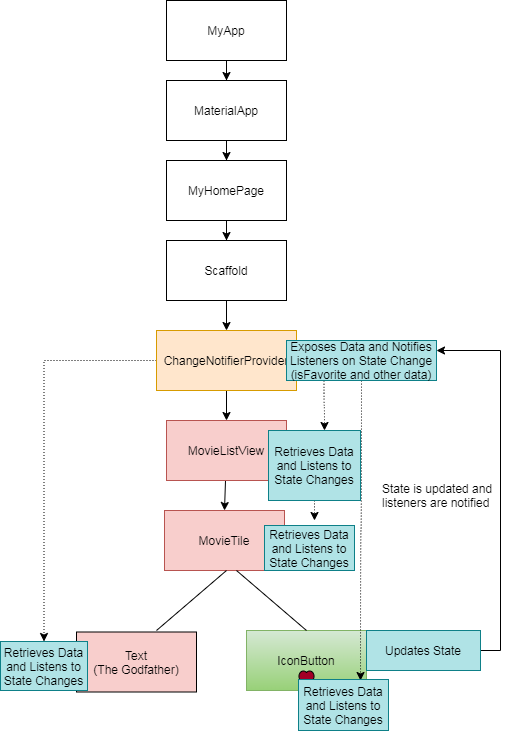
Above: flutter/stmang16.png in walkingtree/images (draw.io), before the change. Source tidied: cells renumbered, new cells last; positions are measured from the earlier drawing's top-left corner, leaving out a move shared by most shapes. Its diagram source:
```xml
<mxGraphModel>
  <root>
    <mxCell id="0" />
    <mxCell id="1" parent="0" />
    <mxCell id="2" style="edgeStyle=none;rounded=0;jettySize=auto;html=1;entryX=0.5;entryY=0;entryDx=0;entryDy=0;strokeWidth=1;" parent="1" edge="1" source="3" target="7">
      <mxGeometry relative="1" as="geometry" />
    </mxCell>
    <mxCell id="3" value="MovieListView" style="whiteSpace=wrap;html=1;sketch=0;comic=0;backgroundOutline=0;labelBackgroundColor=none;labelBorderColor=none;fillColor=#f8cecc;strokeColor=#b85450;" parent="1" vertex="1">
      <mxGeometry x="166" y="420" width="120" height="60" as="geometry" />
    </mxCell>
    <mxCell id="4" value="Text&lt;br&gt;(The Godfather)" style="whiteSpace=wrap;html=1;fillColor=#f8cecc;sketch=0;comic=0;backgroundOutline=0;labelBackgroundColor=none;labelBorderColor=none;" parent="1" vertex="1">
      <mxGeometry x="76" y="631.5" width="120" height="60" as="geometry" />
    </mxCell>
    <mxCell id="5" value="IconButton&lt;br&gt;" style="whiteSpace=wrap;html=1;fillColor=#d5e8d4;sketch=0;comic=0;backgroundOutline=0;labelBackgroundColor=none;labelBorderColor=none;strokeColor=#82b366;gradientColor=#97d077;" parent="1" vertex="1">
      <mxGeometry x="246" y="630" width="120" height="60" as="geometry" />
    </mxCell>
    <mxCell id="6" style="edgeStyle=orthogonalEdgeStyle;curved=1;rounded=0;jettySize=auto;html=1;exitX=0.5;exitY=0;exitDx=0;exitDy=0;dashed=1;dashPattern=1 2;strokeWidth=1;" parent="1" edge="1" source="7">
      <mxGeometry relative="1" as="geometry">
        <mxPoint x="224" y="510" as="targetPoint" />
      </mxGeometry>
    </mxCell>
    <mxCell id="7" value="MovieTile" style="whiteSpace=wrap;html=1;fillColor=#f8cecc;sketch=0;comic=0;backgroundOutline=0;labelBackgroundColor=none;labelBorderColor=none;strokeColor=#b85450;" parent="1" vertex="1">
      <mxGeometry x="164" y="510" width="120" height="60" as="geometry" />
    </mxCell>
    <mxCell id="8" style="endArrow=none;html=1;sketch=0;comic=0;backgroundOutline=0;labelBackgroundColor=none;labelBorderColor=none;" parent="1" edge="1">
      <mxGeometry relative="1" as="geometry">
        <mxPoint x="156" y="630" as="sourcePoint" />
        <mxPoint x="226" y="570" as="targetPoint" />
      </mxGeometry>
    </mxCell>
    <mxCell id="9" style="endArrow=none;html=1;exitX=0.5;exitY=0;exitDx=0;exitDy=0;sketch=0;comic=0;backgroundOutline=0;labelBackgroundColor=none;labelBorderColor=none;" parent="1" edge="1" source="5">
      <mxGeometry relative="1" as="geometry">
        <mxPoint x="236" y="570" as="targetPoint" />
      </mxGeometry>
    </mxCell>
    <mxCell id="10" style="verticalLabelPosition=bottom;verticalAlign=top;html=1;shape=mxgraph.basic.heart;fillColor=#a20025;fontColor=#ffffff;sketch=0;comic=0;backgroundOutline=0;labelBackgroundColor=none;labelBorderColor=none;" parent="1" vertex="1">
      <mxGeometry x="298" y="670" width="16" height="17" as="geometry" />
    </mxCell>
    <mxCell id="11" value="Retrieves Data and Listens to State Changes" style="rounded=0;whiteSpace=wrap;html=1;labelBackgroundColor=none;strokeColor=#0e8088;fillColor=#b0e3e6;" parent="1" vertex="1">
      <mxGeometry y="641" width="87" height="49" as="geometry" />
    </mxCell>
    <mxCell id="12" style="edgeStyle=orthogonalEdgeStyle;rounded=0;jettySize=auto;html=1;entryX=0.5;entryY=0;entryDx=0;entryDy=0;" parent="1" edge="1" source="13" target="15">
      <mxGeometry relative="1" as="geometry" />
    </mxCell>
    <mxCell id="13" value="MyApp" style="rounded=0;whiteSpace=wrap;html=1;" parent="1" vertex="1">
      <mxGeometry x="166" width="120" height="60" as="geometry" />
    </mxCell>
    <mxCell id="14" style="edgeStyle=orthogonalEdgeStyle;rounded=0;jettySize=auto;html=1;entryX=0.5;entryY=0;entryDx=0;entryDy=0;" parent="1" edge="1" source="15" target="17">
      <mxGeometry relative="1" as="geometry" />
    </mxCell>
    <mxCell id="15" value="MaterialApp" style="rounded=0;whiteSpace=wrap;html=1;" parent="1" vertex="1">
      <mxGeometry x="166" y="80" width="120" height="60" as="geometry" />
    </mxCell>
    <mxCell id="16" style="edgeStyle=orthogonalEdgeStyle;rounded=0;jettySize=auto;html=1;entryX=0.5;entryY=0;entryDx=0;entryDy=0;" parent="1" edge="1" source="17" target="19">
      <mxGeometry relative="1" as="geometry" />
    </mxCell>
    <mxCell id="17" value="MyHomePage" style="rounded=0;whiteSpace=wrap;html=1;" parent="1" vertex="1">
      <mxGeometry x="166" y="160" width="120" height="60" as="geometry" />
    </mxCell>
    <mxCell id="18" style="edgeStyle=orthogonalEdgeStyle;rounded=0;jettySize=auto;html=1;entryX=0.5;entryY=0;entryDx=0;entryDy=0;" parent="1" edge="1" source="19" target="22">
      <mxGeometry relative="1" as="geometry" />
    </mxCell>
    <mxCell id="19" value="Scaffold" style="rounded=0;whiteSpace=wrap;html=1;" parent="1" vertex="1">
      <mxGeometry x="166" y="240" width="120" height="60" as="geometry" />
    </mxCell>
    <mxCell id="20" style="edgeStyle=orthogonalEdgeStyle;rounded=0;jettySize=auto;html=1;dashed=1;dashPattern=1 2;entryX=0.5;entryY=0;entryDx=0;entryDy=0;" parent="1" edge="1" source="22" target="11">
      <mxGeometry relative="1" as="geometry" />
    </mxCell>
    <mxCell id="21" style="edgeStyle=orthogonalEdgeStyle;rounded=0;jettySize=auto;html=1;entryX=0.5;entryY=0;entryDx=0;entryDy=0;" parent="1" edge="1" source="22" target="3">
      <mxGeometry relative="1" as="geometry" />
    </mxCell>
    <mxCell id="22" value="ChangeNotifierProvider" style="rounded=0;whiteSpace=wrap;html=1;fillColor=#ffe6cc;strokeColor=#d79b00;" parent="1" vertex="1">
      <mxGeometry x="156" y="330" width="140" height="60" as="geometry" />
    </mxCell>
    <mxCell id="23" style="edgeStyle=orthogonalEdgeStyle;curved=1;rounded=0;jettySize=auto;html=1;dashed=1;dashPattern=1 2;entryX=0.689;entryY=0.02;entryDx=0;entryDy=0;entryPerimeter=0;" parent="1" edge="1" source="25" target="26">
      <mxGeometry relative="1" as="geometry" />
    </mxCell>
    <mxCell id="24" style="edgeStyle=orthogonalEdgeStyle;curved=1;rounded=0;jettySize=auto;html=1;exitX=0.25;exitY=1;exitDx=0;exitDy=0;dashed=1;dashPattern=1 2;" parent="1" edge="1" source="25">
      <mxGeometry relative="1" as="geometry">
        <mxPoint x="324" y="430" as="targetPoint" />
      </mxGeometry>
    </mxCell>
    <mxCell id="25" value="Exposes Data and Notifies Listeners on State Change&lt;br&gt;(isFavorite and other data)" style="rounded=0;whiteSpace=wrap;html=1;fillColor=#b0e3e6;strokeColor=#0e8088;" parent="1" vertex="1">
      <mxGeometry x="286" y="340" width="150" height="40" as="geometry" />
    </mxCell>
    <mxCell id="26" value="Retrieves Data and Listens to State Changes" style="rounded=0;whiteSpace=wrap;html=1;fillColor=#b0e3e6;strokeColor=#0e8088;" parent="1" vertex="1">
      <mxGeometry x="298" y="679" width="90" height="51" as="geometry" />
    </mxCell>
    <mxCell id="27" value="Retrieves Data and Listens to State Changes" style="rounded=0;whiteSpace=wrap;html=1;fillColor=#b0e3e6;strokeColor=#0e8088;" parent="1" vertex="1">
      <mxGeometry x="264" y="525" width="90" height="45" as="geometry" />
    </mxCell>
    <mxCell id="28" style="edgeStyle=orthogonalEdgeStyle;curved=1;rounded=0;jettySize=auto;html=1;exitX=0.5;exitY=1;exitDx=0;exitDy=0;dashed=1;dashPattern=1 2;" parent="1" edge="1" source="29">
      <mxGeometry relative="1" as="geometry">
        <mxPoint x="314" y="520" as="targetPoint" />
      </mxGeometry>
    </mxCell>
    <mxCell id="29" value="Retrieves Data and Listens to State Changes" style="rounded=0;whiteSpace=wrap;html=1;fillColor=#b0e3e6;strokeColor=#0e8088;" parent="1" vertex="1">
      <mxGeometry x="268" y="430" width="92" height="70" as="geometry" />
    </mxCell>
    <mxCell id="30" style="edgeStyle=orthogonalEdgeStyle;rounded=0;jettySize=auto;html=1;exitX=1;exitY=0.5;exitDx=0;exitDy=0;entryX=1;entryY=0.25;entryDx=0;entryDy=0;" parent="1" edge="1" source="31" target="25">
      <mxGeometry relative="1" as="geometry" />
    </mxCell>
    <mxCell id="31" value="Updates State" style="rounded=0;whiteSpace=wrap;html=1;fillColor=#b0e3e6;strokeColor=#0e8088;" parent="1" vertex="1">
      <mxGeometry x="366" y="630" width="114" height="40" as="geometry" />
    </mxCell>
    <mxCell id="32" value="State is updated and listeners are notified" style="text;html=1;strokeColor=none;fillColor=none;align=left;verticalAlign=middle;whiteSpace=wrap;rounded=0;" parent="1" vertex="1">
      <mxGeometry x="380" y="460" width="130" height="70" as="geometry" />
    </mxCell>
  </root>
</mxGraphModel>
```
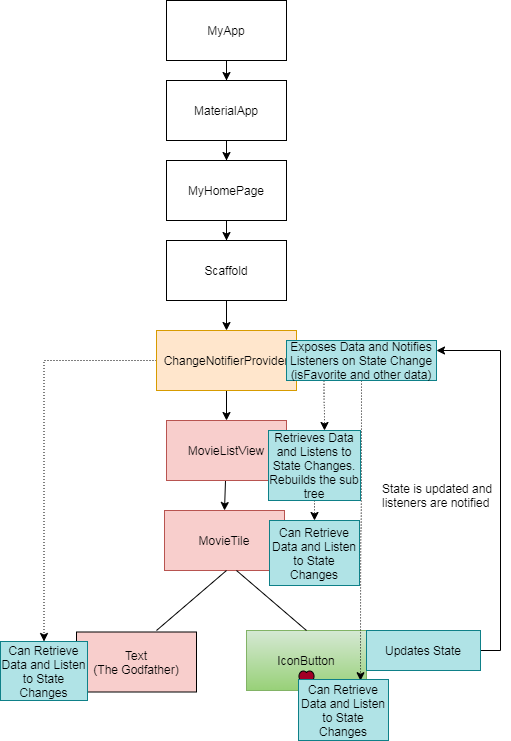
After the commit.

Diff of the diagram source:
```diff
@@ -36,8 +36,8 @@
     <mxCell id="10" style="verticalLabelPosition=bottom;verticalAlign=top;html=1;shape=mxgraph.basic.heart;fillColor=#a20025;fontColor=#ffffff;sketch=0;comic=0;backgroundOutline=0;labelBackgroundColor=none;labelBorderColor=none;" parent="1" vertex="1">
       <mxGeometry x="298" y="670" width="16" height="17" as="geometry" />
     </mxCell>
-    <mxCell id="11" value="Retrieves Data and Listens to State Changes" style="rounded=0;whiteSpace=wrap;html=1;labelBackgroundColor=none;strokeColor=#0e8088;fillColor=#b0e3e6;" parent="1" vertex="1">
-      <mxGeometry y="641" width="87" height="49" as="geometry" />
+    <mxCell id="11" value="Can Retrieve Data and Listen to State Changes" style="rounded=0;whiteSpace=wrap;html=1;labelBackgroundColor=none;strokeColor=#0e8088;fillColor=#b0e3e6;" parent="1" vertex="1">
+      <mxGeometry y="641" width="87" height="59" as="geometry" />
     </mxCell>
     <mxCell id="12" style="edgeStyle=orthogonalEdgeStyle;rounded=0;jettySize=auto;html=1;entryX=0.5;entryY=0;entryDx=0;entryDy=0;" parent="1" edge="1" source="13" target="15">
       <mxGeometry relative="1" as="geometry" />
@@ -83,18 +83,18 @@
     <mxCell id="25" value="Exposes Data and Notifies Listeners on State Change&lt;br&gt;(isFavorite and other data)" style="rounded=0;whiteSpace=wrap;html=1;fillColor=#b0e3e6;strokeColor=#0e8088;" parent="1" vertex="1">
       <mxGeometry x="286" y="340" width="150" height="40" as="geometry" />
     </mxCell>
-    <mxCell id="26" value="Retrieves Data and Listens to State Changes" style="rounded=0;whiteSpace=wrap;html=1;fillColor=#b0e3e6;strokeColor=#0e8088;" parent="1" vertex="1">
-      <mxGeometry x="298" y="679" width="90" height="51" as="geometry" />
+    <mxCell id="26" value="Can Retrieve Data and Listen to State Changes" style="rounded=0;whiteSpace=wrap;html=1;fillColor=#b0e3e6;strokeColor=#0e8088;" parent="1" vertex="1">
+      <mxGeometry x="298" y="679" width="90" height="61" as="geometry" />
     </mxCell>
-    <mxCell id="27" value="Retrieves Data and Listens to State Changes" style="rounded=0;whiteSpace=wrap;html=1;fillColor=#b0e3e6;strokeColor=#0e8088;" parent="1" vertex="1">
-      <mxGeometry x="264" y="525" width="90" height="45" as="geometry" />
+    <mxCell id="27" value="Can Retrieve Data and Listen to State Changes" style="rounded=0;whiteSpace=wrap;html=1;fillColor=#b0e3e6;strokeColor=#0e8088;" parent="1" vertex="1">
+      <mxGeometry x="269" y="520" width="90" height="65" as="geometry" />
     </mxCell>
     <mxCell id="28" style="edgeStyle=orthogonalEdgeStyle;curved=1;rounded=0;jettySize=auto;html=1;exitX=0.5;exitY=1;exitDx=0;exitDy=0;dashed=1;dashPattern=1 2;" parent="1" edge="1" source="29">
       <mxGeometry relative="1" as="geometry">
         <mxPoint x="314" y="520" as="targetPoint" />
       </mxGeometry>
     </mxCell>
-    <mxCell id="29" value="Retrieves Data and Listens to State Changes" style="rounded=0;whiteSpace=wrap;html=1;fillColor=#b0e3e6;strokeColor=#0e8088;" parent="1" vertex="1">
+    <mxCell id="29" value="Retrieves Data and Listens to State Changes. Rebuilds the sub tree" style="rounded=0;whiteSpace=wrap;html=1;fillColor=#b0e3e6;strokeColor=#0e8088;" parent="1" vertex="1">
       <mxGeometry x="268" y="430" width="92" height="70" as="geometry" />
     </mxCell>
     <mxCell id="30" style="edgeStyle=orthogonalEdgeStyle;rounded=0;jettySize=auto;html=1;exitX=1;exitY=0.5;exitDx=0;exitDy=0;entryX=1;entryY=0.25;entryDx=0;entryDy=0;" parent="1" edge="1" source="31" target="25">
```
